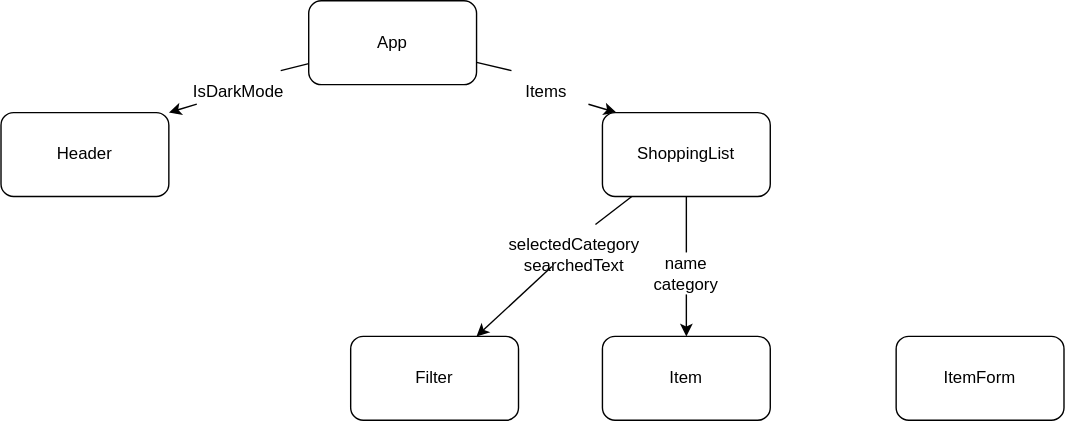
This is src/components/.drawio.svg from elizabethpor/react-hooks-forms-lab, a draw.io export, as it was before one commit. Source tidied: cells renumbered, new cells last; positions are measured from the earlier drawing's top-left corner, leaving out a move shared by most shapes. Source of this version:
```xml
<mxGraphModel>
  <root>
    <mxCell id="0" />
    <mxCell id="1" parent="0" />
    <mxCell id="2" style="edgeStyle=none;html=1;entryX=1;entryY=0;entryDx=0;entryDy=0;startArrow=none;" parent="1" edge="1" source="12" target="5">
      <mxGeometry relative="1" as="geometry" />
    </mxCell>
    <mxCell id="3" style="edgeStyle=none;html=1;entryX=0.083;entryY=0;entryDx=0;entryDy=0;entryPerimeter=0;startArrow=none;" parent="1" edge="1" source="14" target="8">
      <mxGeometry relative="1" as="geometry" />
    </mxCell>
    <mxCell id="4" value="App" style="rounded=1;whiteSpace=wrap;html=1;" parent="1" vertex="1">
      <mxGeometry x="220" width="120" height="60" as="geometry" />
    </mxCell>
    <mxCell id="5" value="Header" style="rounded=1;whiteSpace=wrap;html=1;" parent="1" vertex="1">
      <mxGeometry y="80" width="120" height="60" as="geometry" />
    </mxCell>
    <mxCell id="6" style="edgeStyle=none;html=1;startArrow=none;" parent="1" edge="1" source="16" target="10">
      <mxGeometry relative="1" as="geometry" />
    </mxCell>
    <mxCell id="7" style="edgeStyle=none;html=1;entryX=0.75;entryY=0;entryDx=0;entryDy=0;startArrow=none;" parent="1" edge="1" source="18" target="9">
      <mxGeometry relative="1" as="geometry" />
    </mxCell>
    <mxCell id="8" value="ShoppingList" style="rounded=1;whiteSpace=wrap;html=1;" parent="1" vertex="1">
      <mxGeometry x="430" y="80" width="120" height="60" as="geometry" />
    </mxCell>
    <mxCell id="9" value="Filter" style="rounded=1;whiteSpace=wrap;html=1;" parent="1" vertex="1">
      <mxGeometry x="250" y="240" width="120" height="60" as="geometry" />
    </mxCell>
    <mxCell id="10" value="Item" style="rounded=1;whiteSpace=wrap;html=1;" parent="1" vertex="1">
      <mxGeometry x="430" y="240" width="120" height="60" as="geometry" />
    </mxCell>
    <mxCell id="11" value="ItemForm" style="rounded=1;whiteSpace=wrap;html=1;" parent="1" vertex="1">
      <mxGeometry x="640" y="240" width="120" height="60" as="geometry" />
    </mxCell>
    <mxCell id="12" value="IsDarkMode" style="text;html=1;strokeColor=none;fillColor=none;align=center;verticalAlign=middle;whiteSpace=wrap;rounded=0;" parent="1" vertex="1">
      <mxGeometry x="140" y="50" width="60" height="30" as="geometry" />
    </mxCell>
    <mxCell id="13" style="edgeStyle=none;html=1;entryX=1;entryY=0;entryDx=0;entryDy=0;endArrow=none;" parent="1" edge="1" source="4" target="12">
      <mxGeometry relative="1" as="geometry" />
    </mxCell>
    <mxCell id="14" value="Items" style="text;html=1;strokeColor=none;fillColor=none;align=center;verticalAlign=middle;whiteSpace=wrap;rounded=0;" parent="1" vertex="1">
      <mxGeometry x="360" y="50" width="60" height="30" as="geometry" />
    </mxCell>
    <mxCell id="15" style="edgeStyle=none;html=1;entryX=0.083;entryY=0;entryDx=0;entryDy=0;entryPerimeter=0;endArrow=none;" parent="1" edge="1" source="4" target="14">
      <mxGeometry relative="1" as="geometry" />
    </mxCell>
    <mxCell id="16" value="name&lt;br&gt;category" style="text;html=1;strokeColor=none;fillColor=none;align=center;verticalAlign=middle;whiteSpace=wrap;rounded=0;" parent="1" vertex="1">
      <mxGeometry x="460" y="180" width="60" height="30" as="geometry" />
    </mxCell>
    <mxCell id="17" style="edgeStyle=none;html=1;endArrow=none;" parent="1" edge="1" source="8" target="16">
      <mxGeometry relative="1" as="geometry" />
    </mxCell>
    <mxCell id="18" value="&lt;br&gt;selectedCategory&lt;br&gt;searchedText" style="text;html=1;strokeColor=none;fillColor=none;align=center;verticalAlign=middle;whiteSpace=wrap;rounded=0;" parent="1" vertex="1">
      <mxGeometry x="380" y="160" width="60" height="30" as="geometry" />
    </mxCell>
    <mxCell id="19" style="edgeStyle=none;html=1;entryX=0.75;entryY=0;entryDx=0;entryDy=0;endArrow=none;" parent="1" edge="1" source="8" target="18">
      <mxGeometry relative="1" as="geometry" />
    </mxCell>
  </root>
</mxGraphModel>
```
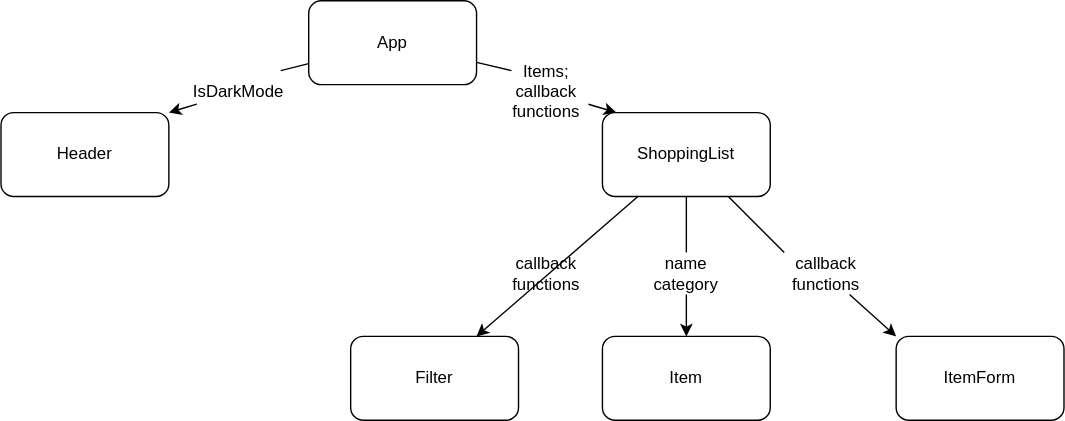
After the commit.

The edit, as a diff of the source:
```diff
@@ -17,9 +17,12 @@
     <mxCell id="6" style="edgeStyle=none;html=1;startArrow=none;" parent="1" edge="1" source="16" target="10">
       <mxGeometry relative="1" as="geometry" />
     </mxCell>
-    <mxCell id="7" style="edgeStyle=none;html=1;entryX=0.75;entryY=0;entryDx=0;entryDy=0;startArrow=none;" parent="1" edge="1" source="18" target="9">
-      <mxGeometry relative="1" as="geometry" />
-    </mxCell>
+    <mxCell id="20" style="edgeStyle=none;html=1;entryX=0;entryY=0;entryDx=0;entryDy=0;startArrow=none;" parent="1" edge="1" source="22" target="11">
+      <mxGeometry relative="1" as="geometry" />
+    </mxCell>
+    <mxCell id="21" style="edgeStyle=none;html=1;entryX=0.75;entryY=0;entryDx=0;entryDy=0;" parent="1" edge="1" source="8" target="9">
+      <mxGeometry relative="1" as="geometry" />
+    </mxCell>
     <mxCell id="8" value="ShoppingList" style="rounded=1;whiteSpace=wrap;html=1;" parent="1" vertex="1">
       <mxGeometry x="430" y="80" width="120" height="60" as="geometry" />
     </mxCell>
@@ -38,7 +41,7 @@
     <mxCell id="13" style="edgeStyle=none;html=1;entryX=1;entryY=0;entryDx=0;entryDy=0;endArrow=none;" parent="1" edge="1" source="4" target="12">
       <mxGeometry relative="1" as="geometry" />
     </mxCell>
-    <mxCell id="14" value="Items" style="text;html=1;strokeColor=none;fillColor=none;align=center;verticalAlign=middle;whiteSpace=wrap;rounded=0;" parent="1" vertex="1">
+    <mxCell id="14" value="Items;&lt;br&gt;callback&amp;nbsp;&lt;br&gt;functions" style="text;html=1;strokeColor=none;fillColor=none;align=center;verticalAlign=middle;whiteSpace=wrap;rounded=0;" parent="1" vertex="1">
       <mxGeometry x="360" y="50" width="60" height="30" as="geometry" />
     </mxCell>
     <mxCell id="15" style="edgeStyle=none;html=1;entryX=0.083;entryY=0;entryDx=0;entryDy=0;entryPerimeter=0;endArrow=none;" parent="1" edge="1" source="4" target="14">
@@ -50,11 +53,14 @@
     <mxCell id="17" style="edgeStyle=none;html=1;endArrow=none;" parent="1" edge="1" source="8" target="16">
       <mxGeometry relative="1" as="geometry" />
     </mxCell>
-    <mxCell id="18" value="&lt;br&gt;selectedCategory&lt;br&gt;searchedText" style="text;html=1;strokeColor=none;fillColor=none;align=center;verticalAlign=middle;whiteSpace=wrap;rounded=0;" parent="1" vertex="1">
-      <mxGeometry x="380" y="160" width="60" height="30" as="geometry" />
+    <mxCell id="18" value="callback&lt;br&gt;functions" style="text;html=1;strokeColor=none;fillColor=none;align=center;verticalAlign=middle;whiteSpace=wrap;rounded=0;" parent="1" vertex="1">
+      <mxGeometry x="360" y="180" width="60" height="30" as="geometry" />
     </mxCell>
-    <mxCell id="19" style="edgeStyle=none;html=1;entryX=0.75;entryY=0;entryDx=0;entryDy=0;endArrow=none;" parent="1" edge="1" source="8" target="18">
-      <mxGeometry relative="1" as="geometry" />
-    </mxCell>
+    <mxCell id="22" value="callback&amp;nbsp;&lt;br&gt;functions" style="text;html=1;strokeColor=none;fillColor=none;align=center;verticalAlign=middle;whiteSpace=wrap;rounded=0;" parent="1" vertex="1">
+      <mxGeometry x="560" y="180" width="60" height="30" as="geometry" />
+    </mxCell>
+    <mxCell id="23" style="edgeStyle=none;html=1;entryX=0;entryY=0;entryDx=0;entryDy=0;endArrow=none;" parent="1" edge="1" source="8" target="22">
+      <mxGeometry relative="1" as="geometry" />
+    </mxCell>
   </root>
 </mxGraphModel>
```
